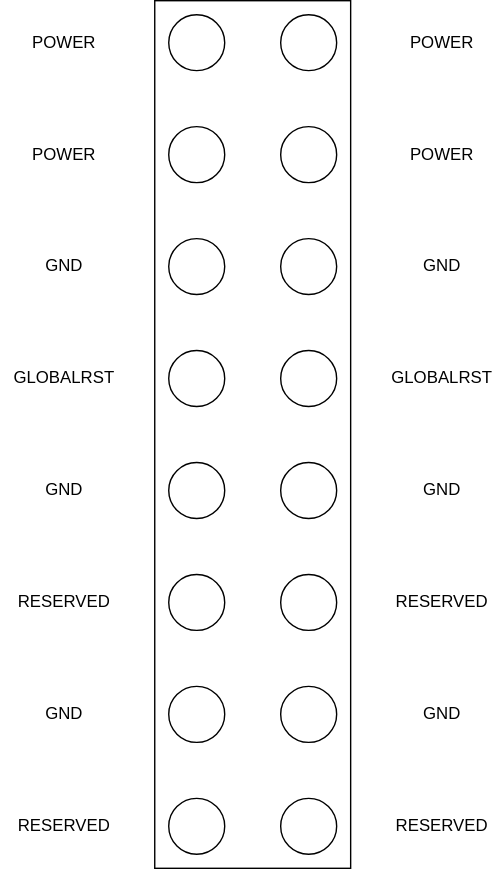
The draw.io diagram design/ConnectorWiring.drawio.svg in cracked-machine/4WayPedalMux, before a commit. Source tidied: cells renumbered, new cells last; positions are measured from the earlier drawing's top-left corner, leaving out a move shared by most shapes. Its diagram source:
```xml
<mxGraphModel>
  <root>
    <mxCell id="0" />
    <mxCell id="1" parent="0" />
    <mxCell id="2" style="rounded=0;whiteSpace=wrap;html=1;" parent="1" vertex="1">
      <mxGeometry x="110" width="140" height="620" as="geometry" />
    </mxCell>
    <mxCell id="3" style="ellipse;whiteSpace=wrap;html=1;" parent="1" vertex="1">
      <mxGeometry x="120" y="90" width="40" height="40" as="geometry" />
    </mxCell>
    <mxCell id="4" style="ellipse;whiteSpace=wrap;html=1;" parent="1" vertex="1">
      <mxGeometry x="200" y="90" width="40" height="40" as="geometry" />
    </mxCell>
    <mxCell id="5" value="POWER" style="text;html=1;align=center;verticalAlign=middle;strokeColor=none;fillColor=none;" parent="1" vertex="1">
      <mxGeometry x="10" y="95" width="70" height="30" as="geometry" />
    </mxCell>
    <mxCell id="6" value="POWER" style="text;html=1;align=center;verticalAlign=middle;strokeColor=none;fillColor=none;" parent="1" vertex="1">
      <mxGeometry x="280" y="95" width="70" height="30" as="geometry" />
    </mxCell>
    <mxCell id="7" style="ellipse;whiteSpace=wrap;html=1;" parent="1" vertex="1">
      <mxGeometry x="120" y="170" width="40" height="40" as="geometry" />
    </mxCell>
    <mxCell id="8" style="ellipse;whiteSpace=wrap;html=1;" parent="1" vertex="1">
      <mxGeometry x="200" y="170" width="40" height="40" as="geometry" />
    </mxCell>
    <mxCell id="9" value="GND" style="text;html=1;align=center;verticalAlign=middle;strokeColor=none;fillColor=none;" parent="1" vertex="1">
      <mxGeometry x="20" y="175" width="50" height="30" as="geometry" />
    </mxCell>
    <mxCell id="10" value="GND" style="text;html=1;align=center;verticalAlign=middle;strokeColor=none;fillColor=none;" parent="1" vertex="1">
      <mxGeometry x="290" y="175" width="50" height="30" as="geometry" />
    </mxCell>
    <mxCell id="11" style="ellipse;whiteSpace=wrap;html=1;" parent="1" vertex="1">
      <mxGeometry x="120" y="250" width="40" height="40" as="geometry" />
    </mxCell>
    <mxCell id="12" style="ellipse;whiteSpace=wrap;html=1;" parent="1" vertex="1">
      <mxGeometry x="200" y="250" width="40" height="40" as="geometry" />
    </mxCell>
    <mxCell id="13" value="GLOBALRST" style="text;html=1;align=center;verticalAlign=middle;strokeColor=none;fillColor=none;" parent="1" vertex="1">
      <mxGeometry y="255" width="90" height="30" as="geometry" />
    </mxCell>
    <mxCell id="14" value="GLOBALRST" style="text;html=1;align=center;verticalAlign=middle;strokeColor=none;fillColor=none;" parent="1" vertex="1">
      <mxGeometry x="270" y="255" width="90" height="30" as="geometry" />
    </mxCell>
    <mxCell id="15" style="ellipse;whiteSpace=wrap;html=1;" parent="1" vertex="1">
      <mxGeometry x="120" y="330" width="40" height="40" as="geometry" />
    </mxCell>
    <mxCell id="16" style="ellipse;whiteSpace=wrap;html=1;" parent="1" vertex="1">
      <mxGeometry x="200" y="330" width="40" height="40" as="geometry" />
    </mxCell>
    <mxCell id="17" value="GND" style="text;html=1;align=center;verticalAlign=middle;strokeColor=none;fillColor=none;" parent="1" vertex="1">
      <mxGeometry x="20" y="335" width="50" height="30" as="geometry" />
    </mxCell>
    <mxCell id="18" value="GND" style="text;html=1;align=center;verticalAlign=middle;strokeColor=none;fillColor=none;" parent="1" vertex="1">
      <mxGeometry x="290" y="335" width="50" height="30" as="geometry" />
    </mxCell>
    <mxCell id="19" style="ellipse;whiteSpace=wrap;html=1;" parent="1" vertex="1">
      <mxGeometry x="120" y="410" width="40" height="40" as="geometry" />
    </mxCell>
    <mxCell id="20" style="ellipse;whiteSpace=wrap;html=1;" parent="1" vertex="1">
      <mxGeometry x="200" y="410" width="40" height="40" as="geometry" />
    </mxCell>
    <mxCell id="21" value="RESERVED" style="text;html=1;align=center;verticalAlign=middle;strokeColor=none;fillColor=none;" parent="1" vertex="1">
      <mxGeometry y="415" width="90" height="30" as="geometry" />
    </mxCell>
    <mxCell id="22" value="RESERVED" style="text;html=1;align=center;verticalAlign=middle;strokeColor=none;fillColor=none;" parent="1" vertex="1">
      <mxGeometry x="270" y="415" width="90" height="30" as="geometry" />
    </mxCell>
    <mxCell id="23" style="ellipse;whiteSpace=wrap;html=1;" parent="1" vertex="1">
      <mxGeometry x="120" y="490" width="40" height="40" as="geometry" />
    </mxCell>
    <mxCell id="24" style="ellipse;whiteSpace=wrap;html=1;" parent="1" vertex="1">
      <mxGeometry x="200" y="490" width="40" height="40" as="geometry" />
    </mxCell>
    <mxCell id="25" value="GND" style="text;html=1;align=center;verticalAlign=middle;strokeColor=none;fillColor=none;" parent="1" vertex="1">
      <mxGeometry x="20" y="495" width="50" height="30" as="geometry" />
    </mxCell>
    <mxCell id="26" value="GND" style="text;html=1;align=center;verticalAlign=middle;strokeColor=none;fillColor=none;" parent="1" vertex="1">
      <mxGeometry x="290" y="495" width="50" height="30" as="geometry" />
    </mxCell>
    <mxCell id="27" style="ellipse;whiteSpace=wrap;html=1;" parent="1" vertex="1">
      <mxGeometry x="120" y="570" width="40" height="40" as="geometry" />
    </mxCell>
    <mxCell id="28" style="ellipse;whiteSpace=wrap;html=1;" parent="1" vertex="1">
      <mxGeometry x="200" y="570" width="40" height="40" as="geometry" />
    </mxCell>
    <mxCell id="29" value="RESERVED" style="text;html=1;align=center;verticalAlign=middle;strokeColor=none;fillColor=none;" parent="1" vertex="1">
      <mxGeometry y="575" width="90" height="30" as="geometry" />
    </mxCell>
    <mxCell id="30" value="RESERVED" style="text;html=1;align=center;verticalAlign=middle;strokeColor=none;fillColor=none;" parent="1" vertex="1">
      <mxGeometry x="270" y="575" width="90" height="30" as="geometry" />
    </mxCell>
    <mxCell id="31" style="ellipse;whiteSpace=wrap;html=1;" parent="1" vertex="1">
      <mxGeometry x="120" y="10" width="40" height="40" as="geometry" />
    </mxCell>
    <mxCell id="32" style="ellipse;whiteSpace=wrap;html=1;" parent="1" vertex="1">
      <mxGeometry x="200" y="10" width="40" height="40" as="geometry" />
    </mxCell>
    <mxCell id="33" value="POWER" style="text;html=1;align=center;verticalAlign=middle;strokeColor=none;fillColor=none;" parent="1" vertex="1">
      <mxGeometry x="10" y="15" width="70" height="30" as="geometry" />
    </mxCell>
    <mxCell id="34" value="POWER" style="text;html=1;align=center;verticalAlign=middle;strokeColor=none;fillColor=none;" parent="1" vertex="1">
      <mxGeometry x="280" y="15" width="70" height="30" as="geometry" />
    </mxCell>
  </root>
</mxGraphModel>
```
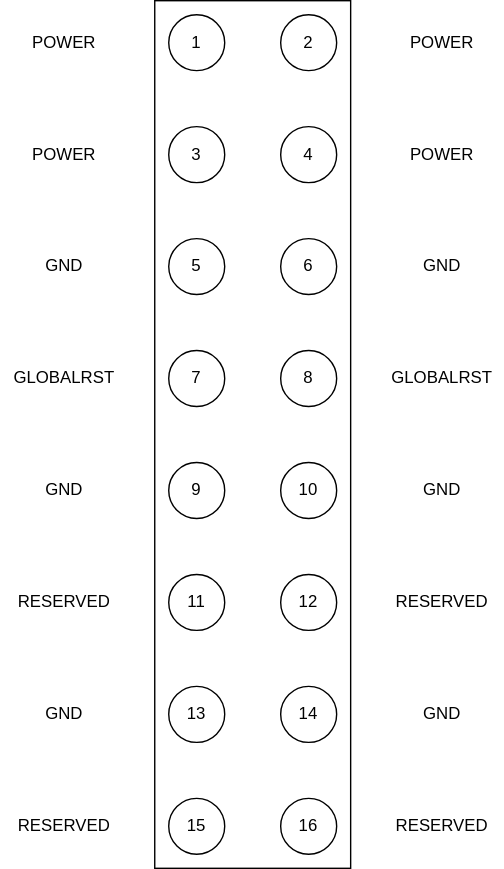
Above is the later version.

What changed in the source:
```diff
@@ -5,10 +5,10 @@
     <mxCell id="2" style="rounded=0;whiteSpace=wrap;html=1;" parent="1" vertex="1">
       <mxGeometry x="110" width="140" height="620" as="geometry" />
     </mxCell>
-    <mxCell id="3" style="ellipse;whiteSpace=wrap;html=1;" parent="1" vertex="1">
+    <mxCell id="3" value="3" style="ellipse;whiteSpace=wrap;html=1;" parent="1" vertex="1">
       <mxGeometry x="120" y="90" width="40" height="40" as="geometry" />
     </mxCell>
-    <mxCell id="4" style="ellipse;whiteSpace=wrap;html=1;" parent="1" vertex="1">
+    <mxCell id="4" value="4" style="ellipse;whiteSpace=wrap;html=1;" parent="1" vertex="1">
       <mxGeometry x="200" y="90" width="40" height="40" as="geometry" />
     </mxCell>
     <mxCell id="5" value="POWER" style="text;html=1;align=center;verticalAlign=middle;strokeColor=none;fillColor=none;" parent="1" vertex="1">
@@ -17,10 +17,10 @@
     <mxCell id="6" value="POWER" style="text;html=1;align=center;verticalAlign=middle;strokeColor=none;fillColor=none;" parent="1" vertex="1">
       <mxGeometry x="280" y="95" width="70" height="30" as="geometry" />
     </mxCell>
-    <mxCell id="7" style="ellipse;whiteSpace=wrap;html=1;" parent="1" vertex="1">
+    <mxCell id="7" value="5" style="ellipse;whiteSpace=wrap;html=1;" parent="1" vertex="1">
       <mxGeometry x="120" y="170" width="40" height="40" as="geometry" />
     </mxCell>
-    <mxCell id="8" style="ellipse;whiteSpace=wrap;html=1;" parent="1" vertex="1">
+    <mxCell id="8" value="6" style="ellipse;whiteSpace=wrap;html=1;" parent="1" vertex="1">
       <mxGeometry x="200" y="170" width="40" height="40" as="geometry" />
     </mxCell>
     <mxCell id="9" value="GND" style="text;html=1;align=center;verticalAlign=middle;strokeColor=none;fillColor=none;" parent="1" vertex="1">
@@ -29,10 +29,10 @@
     <mxCell id="10" value="GND" style="text;html=1;align=center;verticalAlign=middle;strokeColor=none;fillColor=none;" parent="1" vertex="1">
       <mxGeometry x="290" y="175" width="50" height="30" as="geometry" />
     </mxCell>
-    <mxCell id="11" style="ellipse;whiteSpace=wrap;html=1;" parent="1" vertex="1">
+    <mxCell id="11" value="7" style="ellipse;whiteSpace=wrap;html=1;" parent="1" vertex="1">
       <mxGeometry x="120" y="250" width="40" height="40" as="geometry" />
     </mxCell>
-    <mxCell id="12" style="ellipse;whiteSpace=wrap;html=1;" parent="1" vertex="1">
+    <mxCell id="12" value="8" style="ellipse;whiteSpace=wrap;html=1;" parent="1" vertex="1">
       <mxGeometry x="200" y="250" width="40" height="40" as="geometry" />
     </mxCell>
     <mxCell id="13" value="GLOBALRST" style="text;html=1;align=center;verticalAlign=middle;strokeColor=none;fillColor=none;" parent="1" vertex="1">
@@ -41,10 +41,10 @@
     <mxCell id="14" value="GLOBALRST" style="text;html=1;align=center;verticalAlign=middle;strokeColor=none;fillColor=none;" parent="1" vertex="1">
       <mxGeometry x="270" y="255" width="90" height="30" as="geometry" />
     </mxCell>
-    <mxCell id="15" style="ellipse;whiteSpace=wrap;html=1;" parent="1" vertex="1">
+    <mxCell id="15" value="9" style="ellipse;whiteSpace=wrap;html=1;" parent="1" vertex="1">
       <mxGeometry x="120" y="330" width="40" height="40" as="geometry" />
     </mxCell>
-    <mxCell id="16" style="ellipse;whiteSpace=wrap;html=1;" parent="1" vertex="1">
+    <mxCell id="16" value="10" style="ellipse;whiteSpace=wrap;html=1;" parent="1" vertex="1">
       <mxGeometry x="200" y="330" width="40" height="40" as="geometry" />
     </mxCell>
     <mxCell id="17" value="GND" style="text;html=1;align=center;verticalAlign=middle;strokeColor=none;fillColor=none;" parent="1" vertex="1">
@@ -53,10 +53,10 @@
     <mxCell id="18" value="GND" style="text;html=1;align=center;verticalAlign=middle;strokeColor=none;fillColor=none;" parent="1" vertex="1">
       <mxGeometry x="290" y="335" width="50" height="30" as="geometry" />
     </mxCell>
-    <mxCell id="19" style="ellipse;whiteSpace=wrap;html=1;" parent="1" vertex="1">
+    <mxCell id="19" value="11" style="ellipse;whiteSpace=wrap;html=1;" parent="1" vertex="1">
       <mxGeometry x="120" y="410" width="40" height="40" as="geometry" />
     </mxCell>
-    <mxCell id="20" style="ellipse;whiteSpace=wrap;html=1;" parent="1" vertex="1">
+    <mxCell id="20" value="12" style="ellipse;whiteSpace=wrap;html=1;" parent="1" vertex="1">
       <mxGeometry x="200" y="410" width="40" height="40" as="geometry" />
     </mxCell>
     <mxCell id="21" value="RESERVED" style="text;html=1;align=center;verticalAlign=middle;strokeColor=none;fillColor=none;" parent="1" vertex="1">
@@ -65,10 +65,10 @@
     <mxCell id="22" value="RESERVED" style="text;html=1;align=center;verticalAlign=middle;strokeColor=none;fillColor=none;" parent="1" vertex="1">
       <mxGeometry x="270" y="415" width="90" height="30" as="geometry" />
     </mxCell>
-    <mxCell id="23" style="ellipse;whiteSpace=wrap;html=1;" parent="1" vertex="1">
+    <mxCell id="23" value="13" style="ellipse;whiteSpace=wrap;html=1;" parent="1" vertex="1">
       <mxGeometry x="120" y="490" width="40" height="40" as="geometry" />
     </mxCell>
-    <mxCell id="24" style="ellipse;whiteSpace=wrap;html=1;" parent="1" vertex="1">
+    <mxCell id="24" value="14" style="ellipse;whiteSpace=wrap;html=1;" parent="1" vertex="1">
       <mxGeometry x="200" y="490" width="40" height="40" as="geometry" />
     </mxCell>
     <mxCell id="25" value="GND" style="text;html=1;align=center;verticalAlign=middle;strokeColor=none;fillColor=none;" parent="1" vertex="1">
@@ -77,10 +77,10 @@
     <mxCell id="26" value="GND" style="text;html=1;align=center;verticalAlign=middle;strokeColor=none;fillColor=none;" parent="1" vertex="1">
       <mxGeometry x="290" y="495" width="50" height="30" as="geometry" />
     </mxCell>
-    <mxCell id="27" style="ellipse;whiteSpace=wrap;html=1;" parent="1" vertex="1">
+    <mxCell id="27" value="15" style="ellipse;whiteSpace=wrap;html=1;" parent="1" vertex="1">
       <mxGeometry x="120" y="570" width="40" height="40" as="geometry" />
     </mxCell>
-    <mxCell id="28" style="ellipse;whiteSpace=wrap;html=1;" parent="1" vertex="1">
+    <mxCell id="28" value="16" style="ellipse;whiteSpace=wrap;html=1;" parent="1" vertex="1">
       <mxGeometry x="200" y="570" width="40" height="40" as="geometry" />
     </mxCell>
     <mxCell id="29" value="RESERVED" style="text;html=1;align=center;verticalAlign=middle;strokeColor=none;fillColor=none;" parent="1" vertex="1">
@@ -89,10 +89,10 @@
     <mxCell id="30" value="RESERVED" style="text;html=1;align=center;verticalAlign=middle;strokeColor=none;fillColor=none;" parent="1" vertex="1">
       <mxGeometry x="270" y="575" width="90" height="30" as="geometry" />
     </mxCell>
-    <mxCell id="31" style="ellipse;whiteSpace=wrap;html=1;" parent="1" vertex="1">
+    <mxCell id="31" value="1" style="ellipse;whiteSpace=wrap;html=1;" parent="1" vertex="1">
       <mxGeometry x="120" y="10" width="40" height="40" as="geometry" />
     </mxCell>
-    <mxCell id="32" style="ellipse;whiteSpace=wrap;html=1;" parent="1" vertex="1">
+    <mxCell id="32" value="2" style="ellipse;whiteSpace=wrap;html=1;" parent="1" vertex="1">
       <mxGeometry x="200" y="10" width="40" height="40" as="geometry" />
     </mxCell>
     <mxCell id="33" value="POWER" style="text;html=1;align=center;verticalAlign=middle;strokeColor=none;fillColor=none;" parent="1" vertex="1">
```
